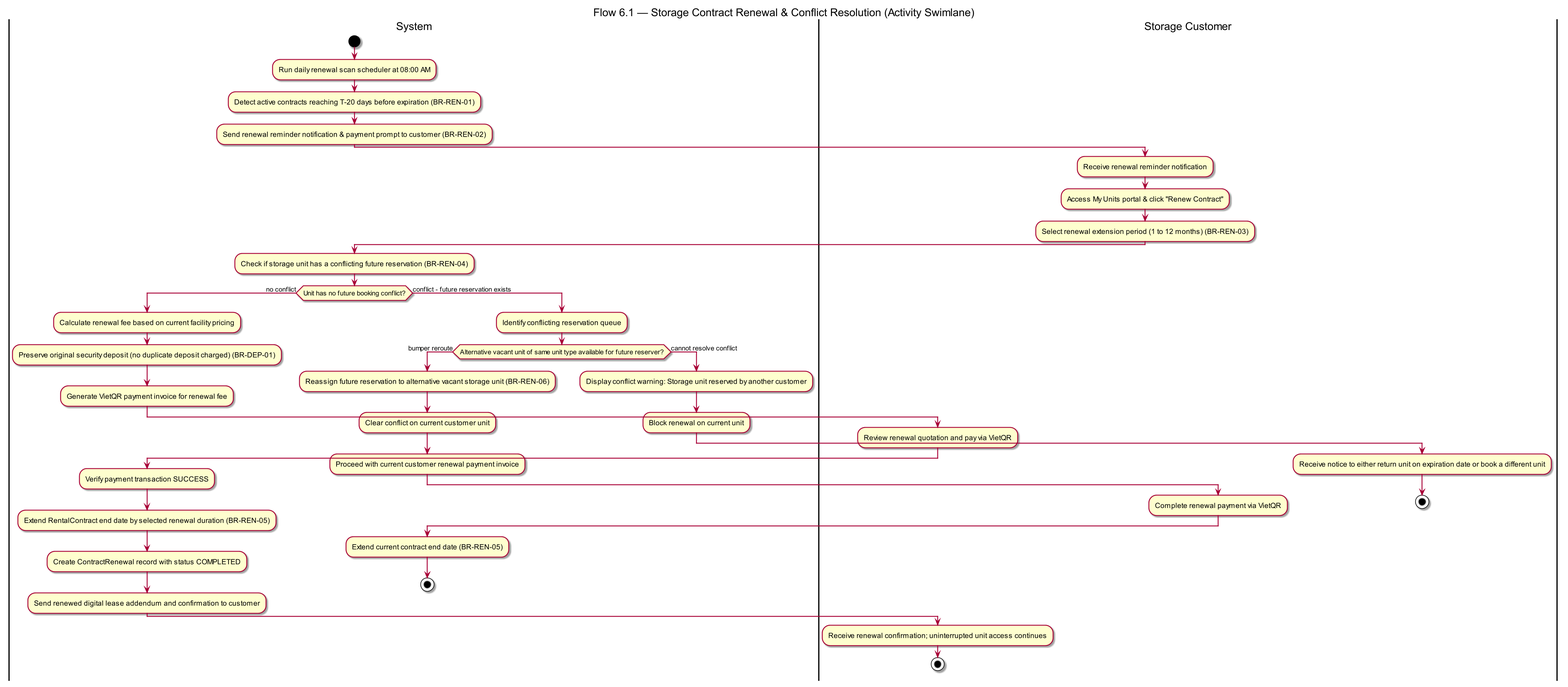
The PlantUML diagram docs/diagrams/report/swimlane/sl-06-1-renewal.png in Nguyen-Van-Gia-Binh/Self-Storage-Facility-Rental-and-Management-System, before a commit. Its diagram source:
```plantuml
@startuml sl-06-1-renewal
skinparam dpi 150
skinparam defaultFontName Arial
skinparam roundcorner 6
skinparam conditionStyle inside

title Flow 6.1 — Storage Contract Renewal & Conflict Resolution (Activity Swimlane)

|System|
start
:Run daily renewal scan scheduler at 08:00 AM;
:Detect active contracts reaching T-20 days before expiration (BR-REN-01);
:Send renewal reminder notification & payment prompt to customer (BR-REN-02);

|Storage Customer|
:Receive renewal reminder notification;
:Access My Units portal & click "Renew Contract";
:Select renewal extension period (1 to 12 months) (BR-REN-03);

|System|
:Check if storage unit has a conflicting future reservation (BR-REN-04);

if (Unit has no future booking conflict?) then (no conflict)
  |System|
  :Calculate renewal fee based on current facility pricing;
  :Preserve original security deposit (no duplicate deposit charged) (BR-DEP-01);
  :Generate VietQR payment invoice for renewal fee;

  |Storage Customer|
  :Review renewal quotation and pay via VietQR;

  |System|
  :Verify payment transaction SUCCESS;
  :Extend RentalContract end date by selected renewal duration (BR-REN-05);
  :Create ContractRenewal record with status COMPLETED;
  :Send renewed digital lease addendum and confirmation to customer;

  |Storage Customer|
  :Receive renewal confirmation; uninterrupted unit access continues;
  stop

else (conflict - future reservation exists)
  |System|
  :Identify conflicting reservation queue;
  if (Alternative vacant unit of same unit type available for future reserver?) then (bumper reroute)
    :Reassign future reservation to alternative vacant storage unit (BR-REN-06);
    :Clear conflict on current customer unit;
    :Proceed with current customer renewal payment invoice;
    |Storage Customer|
    :Complete renewal payment via VietQR;
    |System|
    :Extend current contract end date (BR-REN-05);
    stop
  else (cannot resolve conflict)
    :Display conflict warning: Storage unit reserved by another customer;
    :Block renewal on current unit;
    |Storage Customer|
    :Receive notice to either return unit on expiration date or book a different unit;
    stop
  endif
endif
@enduml
```
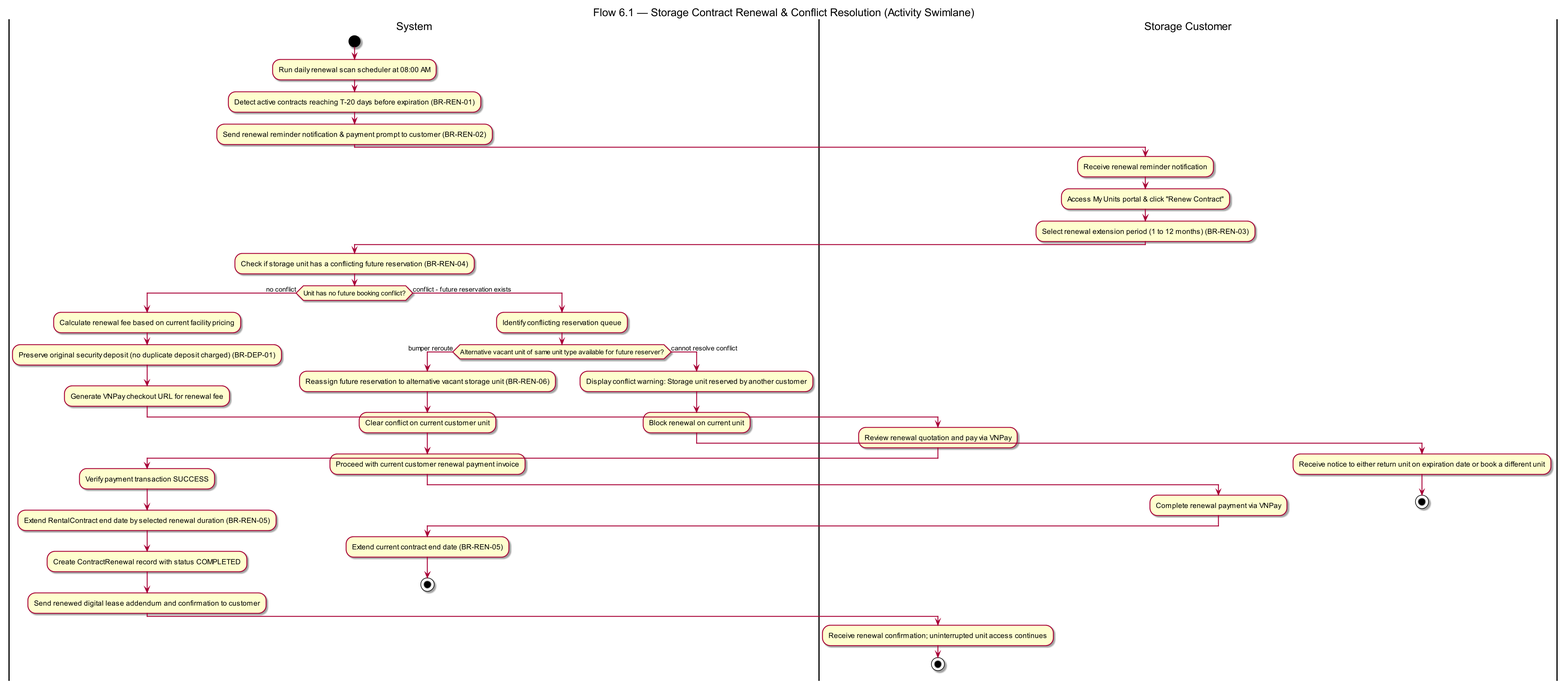
Later version of the same file.

What changed in the source:
```diff
@@ -24,10 +24,10 @@
   |System|
   :Calculate renewal fee based on current facility pricing;
   :Preserve original security deposit (no duplicate deposit charged) (BR-DEP-01);
-  :Generate VietQR payment invoice for renewal fee;
+  :Generate VNPay checkout URL for renewal fee;
 
   |Storage Customer|
-  :Review renewal quotation and pay via VietQR;
+  :Review renewal quotation and pay via VNPay;
 
   |System|
   :Verify payment transaction SUCCESS;
@@ -47,7 +47,7 @@
     :Clear conflict on current customer unit;
     :Proceed with current customer renewal payment invoice;
     |Storage Customer|
-    :Complete renewal payment via VietQR;
+    :Complete renewal payment via VNPay;
     |System|
     :Extend current contract end date (BR-REN-05);
     stop
```
